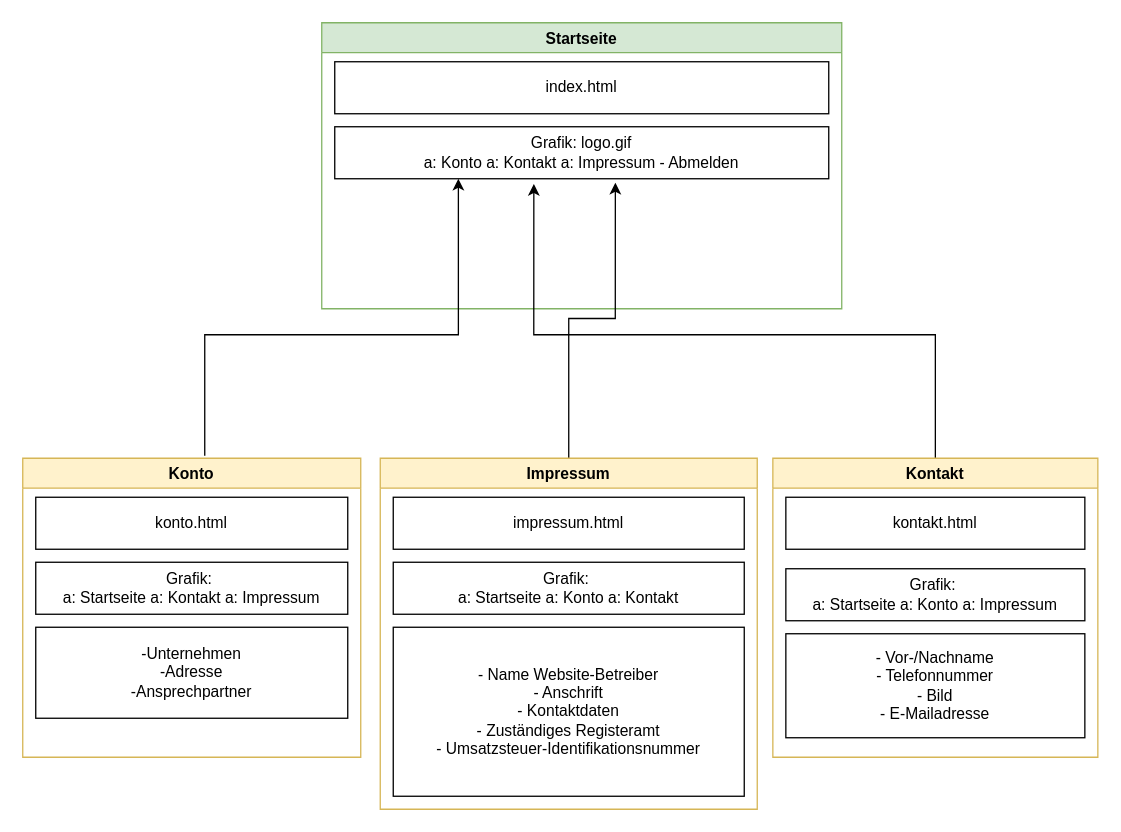
Stock312/test keeps this draw.io diagram as Storyboard/storyboard.drawio. Above is the earlier version. Source tidied: cells renumbered, new cells numbered last; positions are measured from the earlier drawing's top-left corner, leaving out a move shared by most shapes. Both pictures are drawn from the tidied source at 130%, with x=0, y=0 at pixel (22, 22).
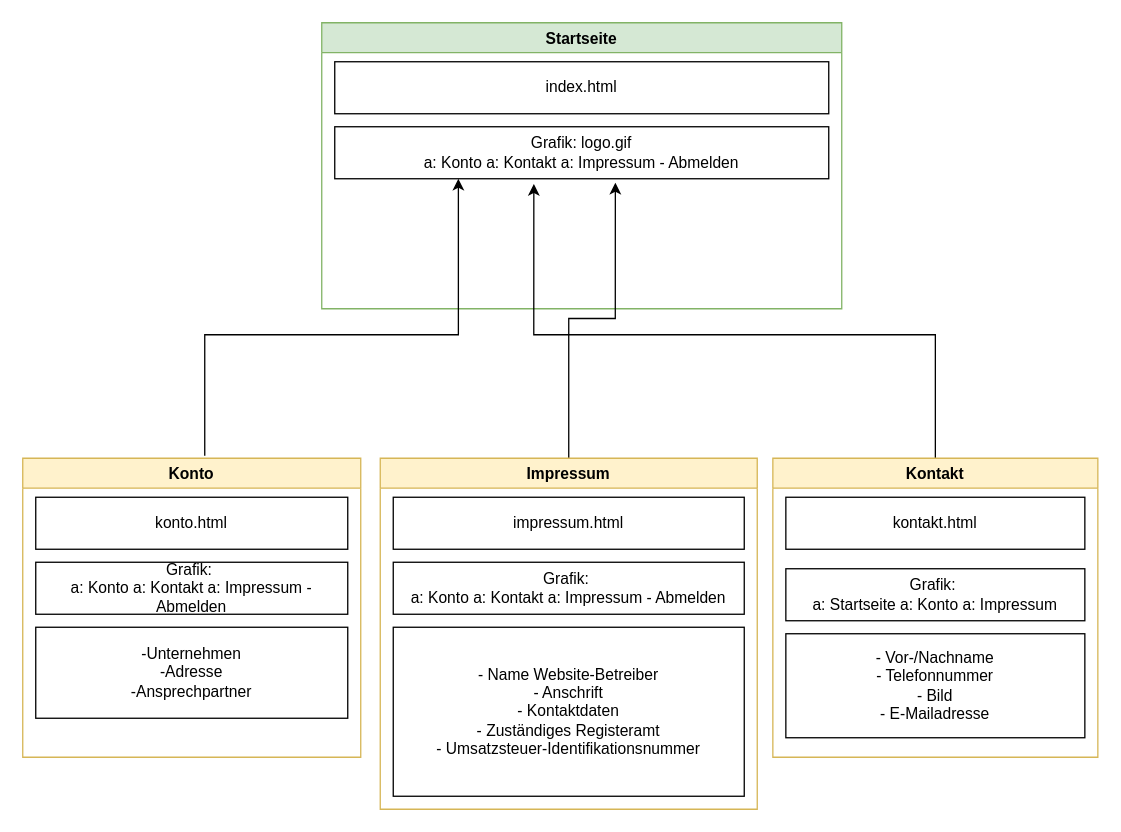
The same page after the edit.

Unchanged cells that the change refers to:
```xml
<mxCell id="6" value="Konto" style="swimlane;fillColor=#fff2cc;strokeColor=#d6b656;" parent="1" vertex="1">
  <mxGeometry y="335" width="260" height="230" as="geometry" />
</mxCell>
<mxCell id="16" value="Impressum" style="swimlane;fillColor=#fff2cc;strokeColor=#d6b656;" parent="1" vertex="1">
  <mxGeometry x="275" y="335" width="290" height="270" as="geometry" />
</mxCell>
```

Change to the diagram source:
```diff
@@
-    <mxCell id="8" value="Grafik:&amp;nbsp;&lt;br&gt;a: Startseite a: Kontakt a: Impressum" style="whiteSpace=wrap;html=1;" parent="6" vertex="1">
+    <mxCell id="8" value="Grafik:&amp;nbsp;&lt;br&gt;a: Konto a: Kontakt a: Impressum - Abmelden" style="whiteSpace=wrap;html=1;" parent="6" vertex="1">
       <mxGeometry x="10" y="80" width="240" height="40" as="geometry" />
     </mxCell>
@@
-    <mxCell id="18" value="Grafik:&amp;nbsp;&lt;br&gt;a: Startseite a: Konto a: Kontakt" style="whiteSpace=wrap;html=1;" parent="16" vertex="1">
+    <mxCell id="18" value="Grafik:&amp;nbsp;&lt;br&gt;a: Konto a: Kontakt a: Impressum - Abmelden" style="whiteSpace=wrap;html=1;" parent="16" vertex="1">
       <mxGeometry x="10" y="80" width="270" height="40" as="geometry" />
     </mxCell>
```
